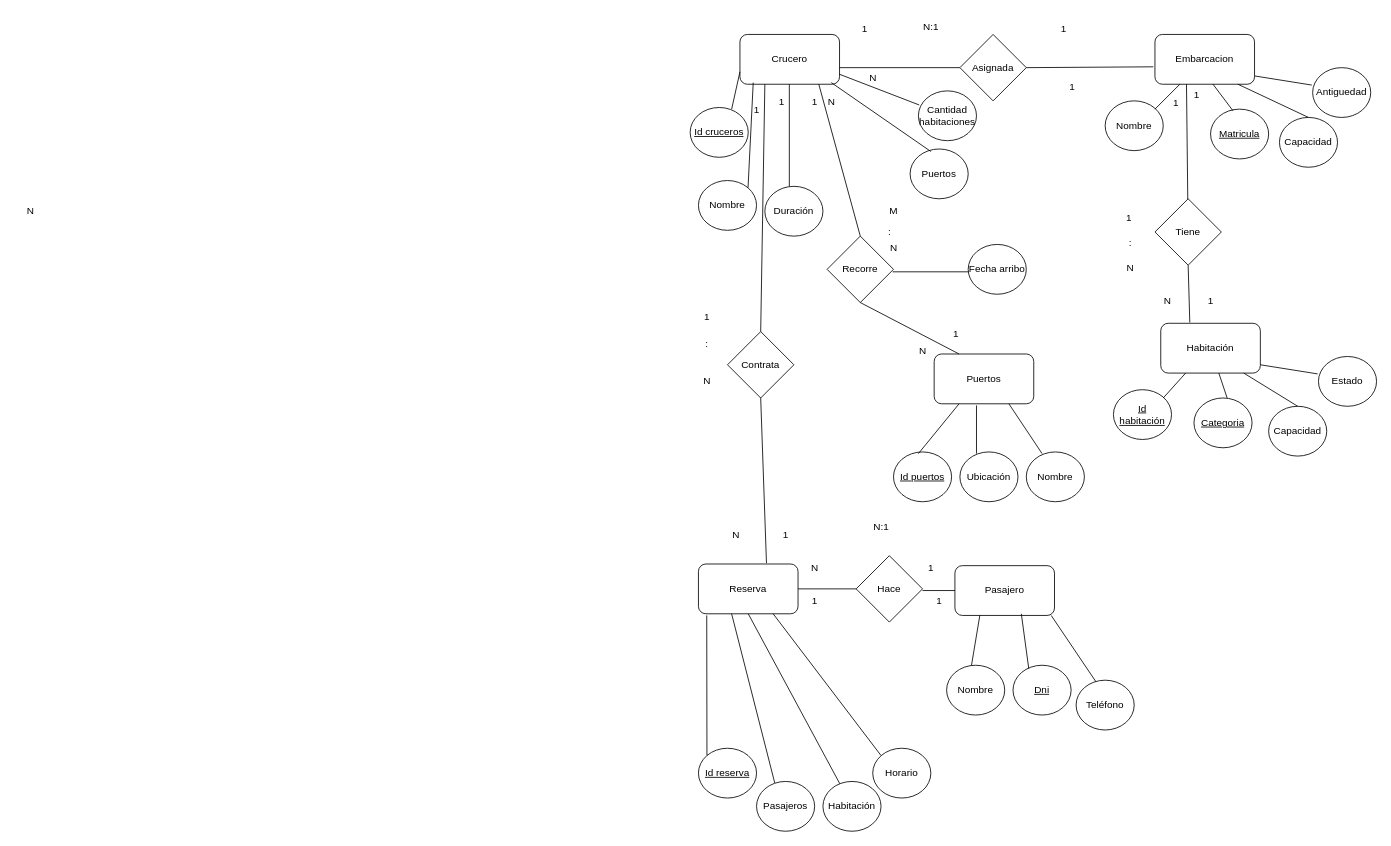
Earlier version of the draw.io diagram Tp3.drawio (kevinld93/Diagramas). Source tidied: cells renumbered, new cells numbered last; positions are measured from the earlier drawing's top-left corner, leaving out a move shared by most shapes. Both pictures are drawn from the tidied source at 83%, with x=0, y=0 at pixel (17, 14).
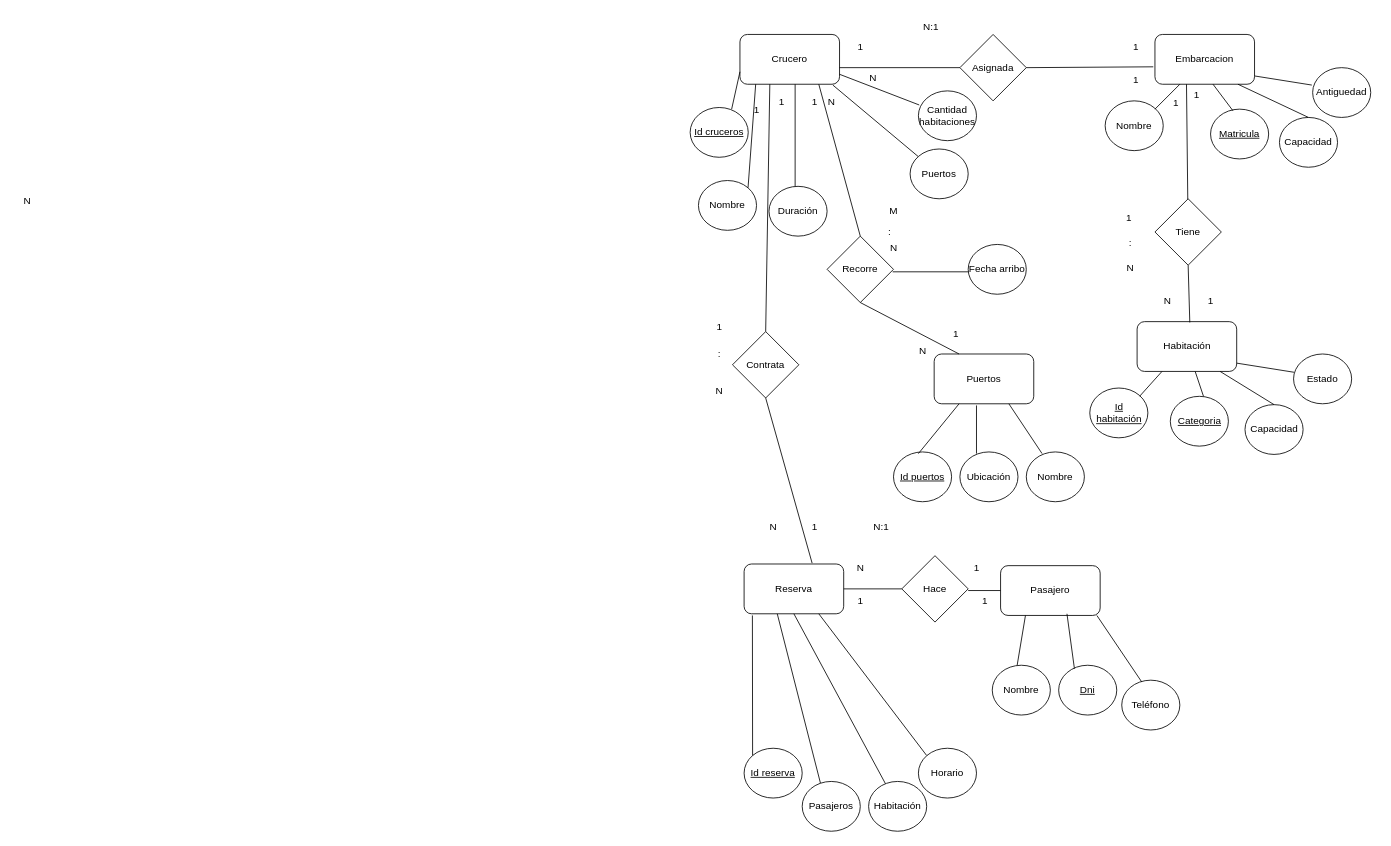
The same diagram, later.

The change refers to these unchanged cells:
```xml
<mxCell id="9" value="Crucero" style="rounded=1;whiteSpace=wrap;html=1;" parent="1" vertex="1">
  <mxGeometry x="870" y="24" width="120" height="60" as="geometry" />
</mxCell>
<mxCell id="19" value="Puertos" style="ellipse;whiteSpace=wrap;html=1;" parent="1" vertex="1">
  <mxGeometry x="1075" y="162" width="70" height="60" as="geometry" />
</mxCell>
<mxCell id="99" value="Nombre" style="ellipse;whiteSpace=wrap;html=1;" parent="1" vertex="1">
  <mxGeometry x="820" y="200" width="70" height="60" as="geometry" />
</mxCell>
```

The edit, as a diff of the source:
```diff
@@
     <mxCell id="10" value="Duración" style="ellipse;whiteSpace=wrap;html=1;" parent="1" vertex="1">
-      <mxGeometry x="900" y="207" width="70" height="60" as="geometry" />
+      <mxGeometry x="905" y="207" width="70" height="60" as="geometry" />
     </mxCell>
@@
     <mxCell id="13" style="endArrow=none;html=1;rounded=0;entryX=0.583;entryY=1;entryDx=0;entryDy=0;entryPerimeter=0;exitX=0.5;exitY=0;exitDx=0;exitDy=0;" parent="1" edge="1">
       <mxGeometry relative="1" as="geometry">
-        <mxPoint x="929.5" y="207" as="sourcePoint" />
-        <mxPoint x="929.5" y="84" as="targetPoint" />
+        <mxPoint x="936.5" y="207" as="sourcePoint" />
+        <mxPoint x="936.5" y="84" as="targetPoint" />
       </mxGeometry>
     </mxCell>
@@
-    <mxCell id="20" style="endArrow=none;html=1;rounded=0;entryX=0.917;entryY=0.967;entryDx=0;entryDy=0;exitX=0.357;exitY=0.05;exitDx=0;exitDy=0;exitPerimeter=0;entryPerimeter=0;" parent="1" edge="1" source="19" target="9">
+    <mxCell id="20" style="endArrow=none;html=1;rounded=0;entryX=0.933;entryY=1.017;entryDx=0;entryDy=0;entryPerimeter=0;" parent="1" edge="1" source="19" target="9">
       <mxGeometry relative="1" as="geometry" />
     </mxCell>
@@
     <mxCell id="23" value="1" style="text;html=1;align=center;verticalAlign=middle;strokeColor=none;fillColor=none;" parent="1" vertex="1">
-      <mxGeometry x="1005" y="2" width="30" height="30" as="geometry" />
+      <mxGeometry x="1000" y="24" width="30" height="30" as="geometry" />
     </mxCell>
@@
     <mxCell id="25" value="1" style="text;html=1;align=center;verticalAlign=middle;strokeColor=none;fillColor=none;" parent="1" vertex="1">
-      <mxGeometry x="1245" y="2" width="30" height="30" as="geometry" />
+      <mxGeometry x="1331.5" y="24" width="30" height="30" as="geometry" />
     </mxCell>
     <mxCell id="26" value="1" style="text;html=1;align=center;verticalAlign=middle;strokeColor=none;fillColor=none;" parent="1" vertex="1">
-      <mxGeometry x="1255" y="72" width="30" height="30" as="geometry" />
+      <mxGeometry x="1331.5" y="64" width="30" height="30" as="geometry" />
     </mxCell>
     <mxCell id="27" value="Habitación" style="rounded=1;whiteSpace=wrap;html=1;" parent="1" vertex="1">
-      <mxGeometry x="1377" y="372" width="120" height="60" as="geometry" />
+      <mxGeometry x="1348.5" y="370" width="120" height="60" as="geometry" />
     </mxCell>
     <mxCell id="28" value="&lt;u&gt;Categoria&lt;/u&gt;" style="ellipse;whiteSpace=wrap;html=1;" parent="1" vertex="1">
-      <mxGeometry x="1417" y="462" width="70" height="60" as="geometry" />
+      <mxGeometry x="1388.5" y="460" width="70" height="60" as="geometry" />
     </mxCell>
     <mxCell id="29" value="Capacidad" style="ellipse;whiteSpace=wrap;html=1;" parent="1" vertex="1">
-      <mxGeometry x="1507" y="472" width="70" height="60" as="geometry" />
+      <mxGeometry x="1478.5" y="470" width="70" height="60" as="geometry" />
     </mxCell>
     <mxCell id="30" value="&lt;u&gt;Id habitación&lt;/u&gt;" style="ellipse;whiteSpace=wrap;html=1;" parent="1" vertex="1">
-      <mxGeometry x="1320" y="452" width="70" height="60" as="geometry" />
+      <mxGeometry x="1291.5" y="450" width="70" height="60" as="geometry" />
     </mxCell>
     <mxCell id="31" style="endArrow=none;html=1;rounded=0;" parent="1" edge="1">
       <mxGeometry relative="1" as="geometry">
-        <mxPoint x="1380" y="462" as="sourcePoint" />
-        <mxPoint x="1407" y="432" as="targetPoint" />
+        <mxPoint x="1351.5" y="460" as="sourcePoint" />
+        <mxPoint x="1378.5" y="430" as="targetPoint" />
       </mxGeometry>
     </mxCell>
     <mxCell id="32" style="endArrow=none;html=1;rounded=0;entryX=0.583;entryY=1;entryDx=0;entryDy=0;entryPerimeter=0;" parent="1" edge="1" target="27">
       <mxGeometry relative="1" as="geometry">
-        <mxPoint x="1457" y="462" as="sourcePoint" />
+        <mxPoint x="1428.5" y="460" as="sourcePoint" />
       </mxGeometry>
     </mxCell>
     <mxCell id="33" style="endArrow=none;html=1;rounded=0;entryX=1;entryY=1;entryDx=0;entryDy=0;exitX=0.5;exitY=0;exitDx=0;exitDy=0;" parent="1" edge="1" source="29">
       <mxGeometry relative="1" as="geometry">
-        <mxPoint x="1477" y="432" as="targetPoint" />
+        <mxPoint x="1448.5" y="430" as="targetPoint" />
       </mxGeometry>
     </mxCell>
     <mxCell id="34" value="Estado" style="ellipse;whiteSpace=wrap;html=1;" parent="1" vertex="1">
-      <mxGeometry x="1567" y="412" width="70" height="60" as="geometry" />
+      <mxGeometry x="1537" y="409" width="70" height="60" as="geometry" />
     </mxCell>
-    <mxCell id="35" style="endArrow=none;html=1;rounded=0;entryX=-0.014;entryY=0.35;entryDx=0;entryDy=0;entryPerimeter=0;" parent="1" edge="1" target="34">
+    <mxCell id="35" style="endArrow=none;html=1;rounded=0;entryX=-0.014;entryY=0.35;entryDx=0;entryDy=0;entryPerimeter=0;" parent="1" edge="1">
       <mxGeometry relative="1" as="geometry">
-        <mxPoint x="1497" y="422" as="sourcePoint" />
+        <mxPoint x="1468.5" y="420" as="sourcePoint" />
+        <mxPoint x="1537.5" y="431" as="targetPoint" />
       </mxGeometry>
     </mxCell>
@@
     <mxCell id="47" value="Reserva" style="rounded=1;whiteSpace=wrap;html=1;" parent="1" vertex="1">
-      <mxGeometry x="820" y="662" width="120" height="60" as="geometry" />
+      <mxGeometry x="875" y="662" width="120" height="60" as="geometry" />
     </mxCell>
     <mxCell id="48" value="Pasajeros" style="ellipse;whiteSpace=wrap;html=1;" parent="1" vertex="1">
-      <mxGeometry x="890" y="924" width="70" height="60" as="geometry" />
+      <mxGeometry x="945" y="924" width="70" height="60" as="geometry" />
     </mxCell>
     <mxCell id="49" value="&lt;u&gt;Id reserva&lt;/u&gt;" style="ellipse;whiteSpace=wrap;html=1;" parent="1" vertex="1">
-      <mxGeometry x="820" y="884" width="70" height="60" as="geometry" />
+      <mxGeometry x="875" y="884" width="70" height="60" as="geometry" />
     </mxCell>
     <mxCell id="50" value="Habitación" style="ellipse;whiteSpace=wrap;html=1;" parent="1" vertex="1">
-      <mxGeometry x="970" y="924" width="70" height="60" as="geometry" />
+      <mxGeometry x="1025" y="924" width="70" height="60" as="geometry" />
     </mxCell>
     <mxCell id="51" value="Horario" style="ellipse;whiteSpace=wrap;html=1;" parent="1" vertex="1">
-      <mxGeometry x="1030" y="884" width="70" height="60" as="geometry" />
+      <mxGeometry x="1085" y="884" width="70" height="60" as="geometry" />
     </mxCell>
     <mxCell id="52" style="endArrow=none;html=1;rounded=0;exitX=0;exitY=0;exitDx=0;exitDy=0;" parent="1" edge="1" source="49">
       <mxGeometry relative="1" as="geometry">
-        <mxPoint x="830" y="724" as="targetPoint" />
+        <mxPoint x="885" y="724" as="targetPoint" />
       </mxGeometry>
     </mxCell>
@@
     <mxCell id="54" style="endArrow=none;html=1;rounded=0;" parent="1" edge="1" source="50">
       <mxGeometry relative="1" as="geometry">
-        <mxPoint x="880" y="722" as="targetPoint" />
+        <mxPoint x="935" y="722" as="targetPoint" />
       </mxGeometry>
     </mxCell>
     <mxCell id="55" style="endArrow=none;html=1;rounded=0;entryX=0;entryY=0;entryDx=0;entryDy=0;exitX=0.75;exitY=1;exitDx=0;exitDy=0;" parent="1" edge="1" source="47">
       <mxGeometry relative="1" as="geometry">
-        <mxPoint x="1040" y="892.8" as="targetPoint" />
+        <mxPoint x="1095" y="892.8" as="targetPoint" />
       </mxGeometry>
     </mxCell>
     <mxCell id="56" value="Pasajero" style="rounded=1;whiteSpace=wrap;html=1;" parent="1" vertex="1">
-      <mxGeometry x="1129" y="664" width="120" height="60" as="geometry" />
+      <mxGeometry x="1184" y="664" width="120" height="60" as="geometry" />
     </mxCell>
     <mxCell id="57" value="&lt;u&gt;Dni&lt;/u&gt;" style="ellipse;whiteSpace=wrap;html=1;" parent="1" vertex="1">
-      <mxGeometry x="1199" y="784" width="70" height="60" as="geometry" />
+      <mxGeometry x="1254" y="784" width="70" height="60" as="geometry" />
     </mxCell>
     <mxCell id="58" value="Nombre" style="ellipse;whiteSpace=wrap;html=1;" parent="1" vertex="1">
-      <mxGeometry x="1119" y="784" width="70" height="60" as="geometry" />
+      <mxGeometry x="1174" y="784" width="70" height="60" as="geometry" />
     </mxCell>
     <mxCell id="59" value="Teléfono" style="ellipse;whiteSpace=wrap;html=1;" parent="1" vertex="1">
-      <mxGeometry x="1275" y="802" width="70" height="60" as="geometry" />
+      <mxGeometry x="1330" y="802" width="70" height="60" as="geometry" />
     </mxCell>
     <mxCell id="60" style="endArrow=none;html=1;rounded=0;entryX=0.25;entryY=1;entryDx=0;entryDy=0;" parent="1" edge="1" target="56">
       <mxGeometry relative="1" as="geometry">
-        <mxPoint x="1149" y="784" as="sourcePoint" />
+        <mxPoint x="1204" y="784" as="sourcePoint" />
       </mxGeometry>
     </mxCell>
     <mxCell id="61" style="endArrow=none;html=1;rounded=0;exitX=0.271;exitY=0.067;exitDx=0;exitDy=0;exitPerimeter=0;" parent="1" edge="1" source="57">
       <mxGeometry relative="1" as="geometry">
-        <mxPoint x="1209" y="722" as="targetPoint" />
+        <mxPoint x="1264" y="722" as="targetPoint" />
       </mxGeometry>
     </mxCell>
     <mxCell id="62" style="endArrow=none;html=1;rounded=0;exitX=0.257;exitY=0;exitDx=0;exitDy=0;exitPerimeter=0;" parent="1" edge="1">
       <mxGeometry relative="1" as="geometry">
-        <mxPoint x="1299" y="804" as="sourcePoint" />
-        <mxPoint x="1245" y="724" as="targetPoint" />
+        <mxPoint x="1354" y="804" as="sourcePoint" />
+        <mxPoint x="1300" y="724" as="targetPoint" />
       </mxGeometry>
     </mxCell>
     <mxCell id="63" value="Hace" style="rhombus;whiteSpace=wrap;html=1;" parent="1" vertex="1">
-      <mxGeometry x="1010" y="652" width="80" height="80" as="geometry" />
+      <mxGeometry x="1065" y="652" width="80" height="80" as="geometry" />
     </mxCell>
     <mxCell id="64" style="endArrow=none;html=1;rounded=0;" parent="1" edge="1" source="47">
       <mxGeometry relative="1" as="geometry">
-        <mxPoint x="1010" y="692" as="targetPoint" />
+        <mxPoint x="1065" y="692" as="targetPoint" />
       </mxGeometry>
     </mxCell>
     <mxCell id="65" style="endArrow=none;html=1;rounded=0;entryX=0;entryY=0.5;entryDx=0;entryDy=0;" parent="1" edge="1" target="56">
       <mxGeometry relative="1" as="geometry">
-        <mxPoint x="1090" y="694" as="sourcePoint" />
+        <mxPoint x="1145" y="694" as="sourcePoint" />
       </mxGeometry>
     </mxCell>
     <mxCell id="66" value="1" style="text;html=1;align=center;verticalAlign=middle;strokeColor=none;fillColor=none;" parent="1" vertex="1">
-      <mxGeometry x="1085" y="652" width="30" height="30" as="geometry" />
+      <mxGeometry x="1140" y="652" width="30" height="30" as="geometry" />
     </mxCell>
     <mxCell id="67" value="1" style="text;html=1;align=center;verticalAlign=middle;strokeColor=none;fillColor=none;" parent="1" vertex="1">
-      <mxGeometry x="1095" y="692" width="30" height="30" as="geometry" />
+      <mxGeometry x="1150" y="692" width="30" height="30" as="geometry" />
     </mxCell>
     <mxCell id="68" value="N" style="text;html=1;align=center;verticalAlign=middle;strokeColor=none;fillColor=none;" parent="1" vertex="1">
-      <mxGeometry x="945" y="652" width="30" height="30" as="geometry" />
+      <mxGeometry x="1000" y="652" width="30" height="30" as="geometry" />
     </mxCell>
     <mxCell id="69" value="1" style="text;html=1;align=center;verticalAlign=middle;strokeColor=none;fillColor=none;" parent="1" vertex="1">
-      <mxGeometry x="945" y="692" width="30" height="30" as="geometry" />
+      <mxGeometry x="1000" y="692" width="30" height="30" as="geometry" />
     </mxCell>
@@
     <mxCell id="71" value="Contrata" style="rhombus;whiteSpace=wrap;html=1;" parent="1" vertex="1">
-      <mxGeometry x="855" y="382" width="80" height="80" as="geometry" />
+      <mxGeometry x="861" y="382" width="80" height="80" as="geometry" />
     </mxCell>
@@
-    <mxCell id="73" style="endArrow=none;html=1;rounded=0;entryX=0.25;entryY=1;entryDx=0;entryDy=0;exitX=0.5;exitY=0;exitDx=0;exitDy=0;" parent="1" edge="1" source="71" target="9">
-      <mxGeometry relative="1" as="geometry" />
+    <mxCell id="73" style="endArrow=none;html=1;rounded=0;entryX=0.25;entryY=1;entryDx=0;entryDy=0;exitX=0.5;exitY=0;exitDx=0;exitDy=0;" parent="1" edge="1">
+      <mxGeometry relative="1" as="geometry">
+        <mxPoint x="901" y="382" as="sourcePoint" />
+        <mxPoint x="906" y="84" as="targetPoint" />
+      </mxGeometry>
     </mxCell>
     <mxCell id="74" value="1" style="text;html=1;align=center;verticalAlign=middle;strokeColor=none;fillColor=none;" parent="1" vertex="1">
-      <mxGeometry x="910" y="612" width="30" height="30" as="geometry" />
+      <mxGeometry x="945" y="602" width="30" height="30" as="geometry" />
     </mxCell>
@@
     <mxCell id="76" value="N" style="text;html=1;align=center;verticalAlign=middle;strokeColor=none;fillColor=none;" parent="1" vertex="1">
-      <mxGeometry x="850" y="612" width="30" height="30" as="geometry" />
+      <mxGeometry x="895" y="602" width="30" height="30" as="geometry" />
     </mxCell>
@@
     <mxCell id="78" value="N" style="text;html=1;align=center;verticalAlign=middle;strokeColor=none;fillColor=none;" parent="1" vertex="1">
-      <mxGeometry y="222" width="30" height="30" as="geometry" />
+      <mxGeometry x="-4" y="210" width="30" height="30" as="geometry" />
     </mxCell>
     <mxCell id="79" value="N" style="text;html=1;align=center;verticalAlign=middle;strokeColor=none;fillColor=none;" parent="1" vertex="1">
-      <mxGeometry x="815" y="427" width="30" height="30" as="geometry" />
+      <mxGeometry x="830" y="439" width="30" height="30" as="geometry" />
     </mxCell>
     <mxCell id="80" value=":" style="text;html=1;align=center;verticalAlign=middle;strokeColor=none;fillColor=none;" parent="1" vertex="1">
-      <mxGeometry x="815" y="382" width="30" height="30" as="geometry" />
+      <mxGeometry x="830" y="394" width="30" height="30" as="geometry" />
     </mxCell>
     <mxCell id="81" value="1" style="text;html=1;align=center;verticalAlign=middle;strokeColor=none;fillColor=none;" parent="1" vertex="1">
-      <mxGeometry x="815" y="350" width="30" height="30" as="geometry" />
+      <mxGeometry x="830" y="362" width="30" height="30" as="geometry" />
     </mxCell>
@@
-    <mxCell id="100" style="endArrow=none;html=1;rounded=0;exitX=1;exitY=0;exitDx=0;exitDy=0;" parent="1" edge="1" source="99">
-      <mxGeometry relative="1" as="geometry">
-        <mxPoint x="886" y="82" as="targetPoint" />
-      </mxGeometry>
+    <mxCell id="100" style="endArrow=none;html=1;rounded=0;exitX=1;exitY=0;exitDx=0;exitDy=0;entryX=0.158;entryY=1;entryDx=0;entryDy=0;entryPerimeter=0;" parent="1" edge="1" source="99" target="9">
+      <mxGeometry relative="1" as="geometry" />
     </mxCell>
```
